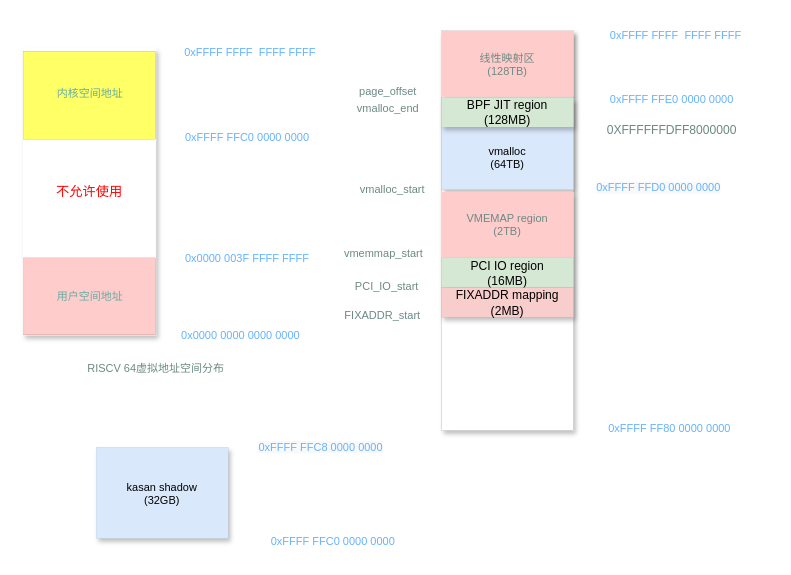
zhoulanyang/mOs keeps this draw.io diagram as kernel_fs/Untitled Diagram.drawio. Above is the earlier version. Source tidied: cells renumbered, new cells numbered last; positions are measured from the earlier drawing's top-left corner, leaving out a move shared by most shapes. Both pictures are drawn from the tidied source at 110%, with x=0, y=0 at pixel (23, 23).
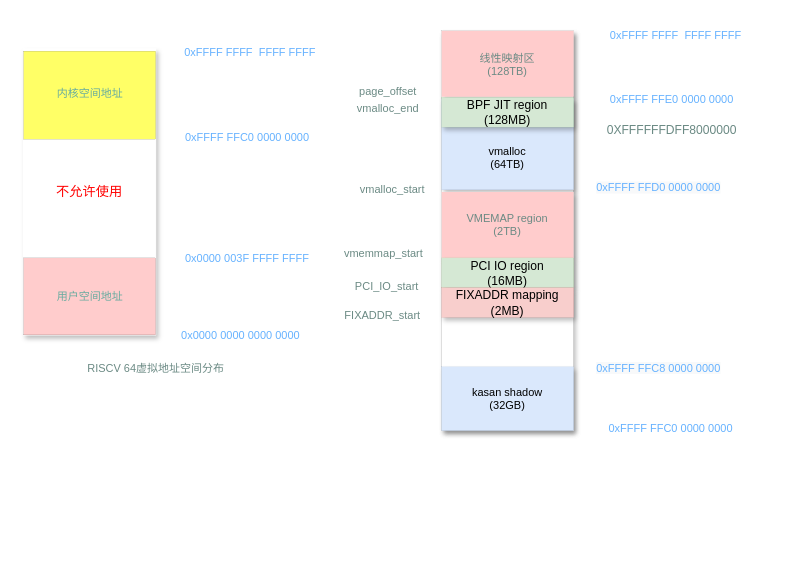
The same diagram, later.

What changed in the source:
```diff
@@
-    <mxCell id="25" value="0xFFFF FF80 0000 0000" style="text;html=1;align=center;verticalAlign=middle;fillColor=none;strokeColor=none;rounded=0;shadow=1;fontSize=10;fontColor=#66B2FF;" parent="1" vertex="1">
-      <mxGeometry x="512" y="358" width="150" height="20" as="geometry" />
+    <mxCell id="25" value="0xFFFF FFC0 0000 0000" style="text;html=1;align=center;verticalAlign=middle;fillColor=none;strokeColor=none;rounded=0;shadow=1;fontSize=10;fontColor=#66B2FF;" parent="1" vertex="1">
+      <mxGeometry x="515" y="360" width="145" height="16" as="geometry" />
     </mxCell>
@@
     <mxCell id="30" value="kasan shadow&lt;br&gt;(32GB)" style="whiteSpace=wrap;html=1;shadow=1;fontSize=10;strokeColor=#6c8ebf;strokeWidth=0;fillColor=#dae8fc;" parent="1" vertex="1">
-      <mxGeometry x="66" y="385" width="120" height="83" as="geometry" />
+      <mxGeometry x="380" y="312" width="120" height="58" as="geometry" />
     </mxCell>
-    <mxCell id="31" value="0xFFFF FFC0 0000 0000" style="text;html=1;align=center;verticalAlign=middle;fillColor=none;strokeColor=none;rounded=0;shadow=1;fontSize=10;fontColor=#66B2FF;" parent="1" vertex="1">
-      <mxGeometry x="208" y="462" width="145" height="16" as="geometry" />
-    </mxCell>
     <mxCell id="32" value="&lt;span style=&quot;color: rgb(102 , 178 , 255) ; font-family: &amp;#34;helvetica&amp;#34; ; font-size: 10px ; font-style: normal ; font-weight: 400 ; letter-spacing: normal ; text-align: center ; text-indent: 0px ; text-transform: none ; word-spacing: 0px ; background-color: rgb(248 , 249 , 250) ; display: inline ; float: none&quot;&gt;0xFFFF FFC8 0000 0000&lt;/span&gt;" style="text;whiteSpace=wrap;html=1;fontSize=11;fontColor=#6B8A84;" parent="1" vertex="1">
-      <mxGeometry x="212" y="372" width="155" height="27" as="geometry" />
+      <mxGeometry x="519" y="299.5" width="155" height="27" as="geometry" />
     </mxCell>
```
